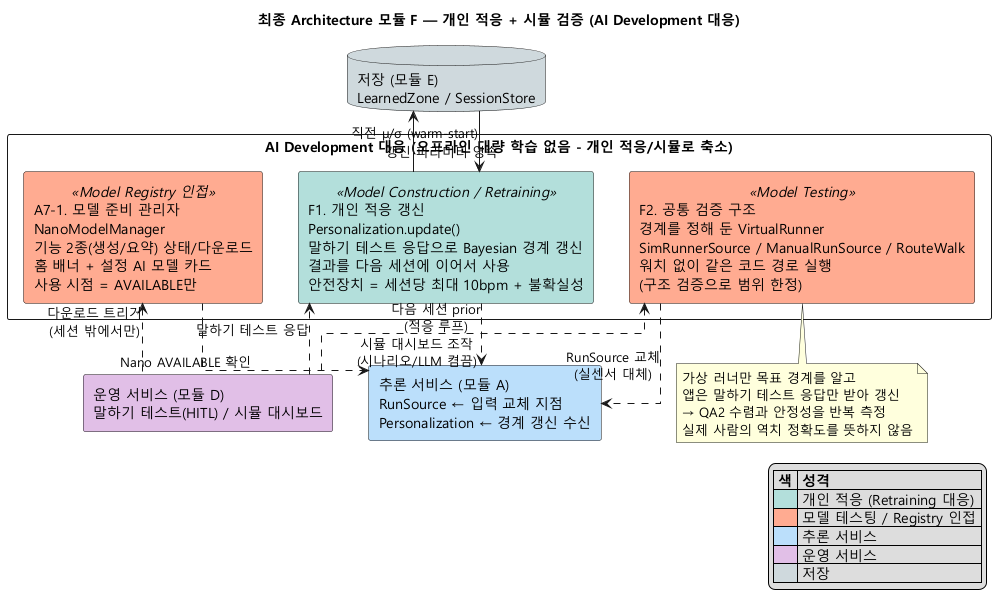
Above: docs/img/06d-module-adaptation-verification.png in tenyearslove/zone2runner (PlantUML), before the change.
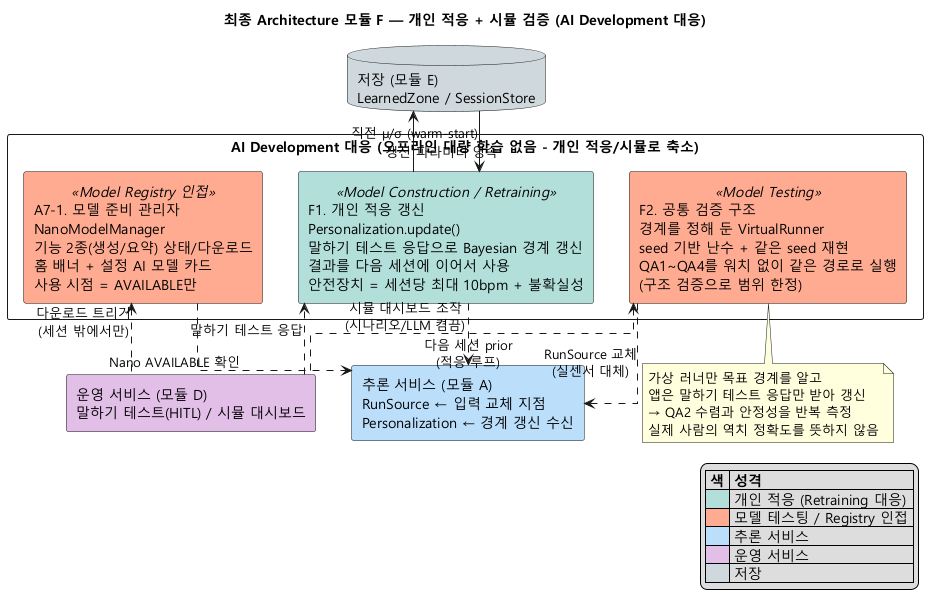
After the commit.

Diff of the diagram source:
```diff
@@ -12,7 +12,7 @@
 
 package "AI Development 대응 (오프라인 대량 학습 없음 - 개인 적응/시뮬로 축소)" {
   component "F1. 개인 적응 갱신\nPersonalization.update()\n말하기 테스트 응답으로 Bayesian 경계 갱신\n결과를 다음 세션에 이어서 사용\n안전장치 = 세션당 최대 10bpm + 불확실성" <<Model Construction / Retraining>> as F1 #B2DFDB
-  component "F2. 공통 검증 구조\n경계를 정해 둔 VirtualRunner\nSimRunnerSource / ManualRunSource / RouteWalk\n워치 없이 같은 코드 경로 실행\n(구조 검증으로 범위 한정)" <<Model Testing>> as F2 #FFAB91
+  component "F2. 공통 검증 구조\n경계를 정해 둔 VirtualRunner\nseed 기반 난수 + 같은 seed 재현\nQA1~QA4를 워치 없이 같은 경로로 실행\n(구조 검증으로 범위 한정)" <<Model Testing>> as F2 #FFAB91
   component "A7-1. 모델 준비 관리자\nNanoModelManager\n기능 2종(생성/요약) 상태/다운로드\n홈 배너 + 설정 AI 모델 카드\n사용 시점 = AVAILABLE만" <<Model Registry 인접>> as REG #FFAB91
 }
 
```
